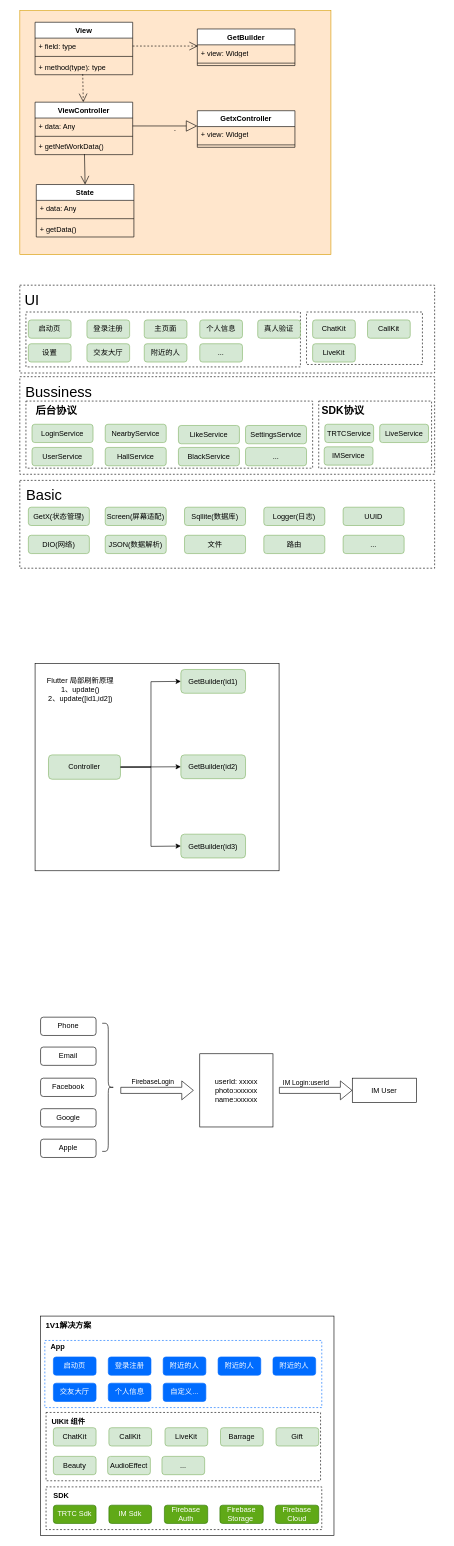
Earlier version of the draw.io diagram diagrams/1v1demo.drawio (paopaosecret/resources). Source tidied: cells renumbered, new cells numbered last; positions are measured from the earlier drawing's top-left corner, leaving out a move shared by most shapes. Both pictures are drawn from the tidied source at 61%, with x=0, y=0 at pixel (10, 10).
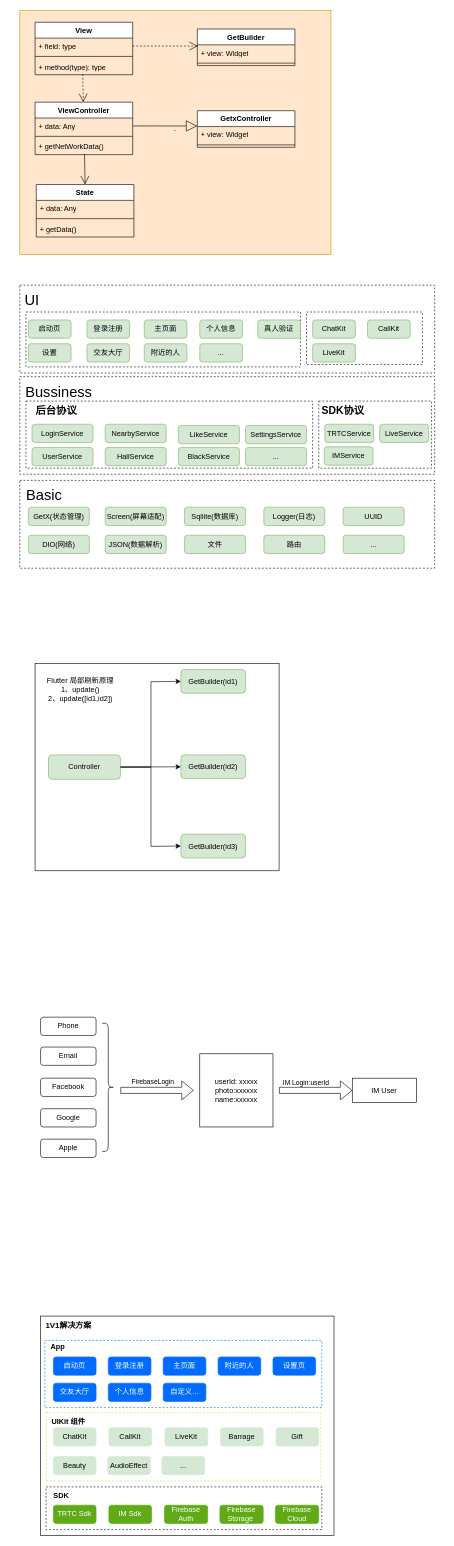
The same page after the edit.

Diff of the diagram source:
```diff
@@
-    <mxCell id="94" style="rounded=0;whiteSpace=wrap;html=1;dashed=1;" parent="1" vertex="1">
+    <mxCell id="94" style="rounded=0;whiteSpace=wrap;html=1;dashed=1;strokeColor=#99FF33;" parent="1" vertex="1">
       <mxGeometry x="58" y="2298" width="450" height="112" as="geometry" />
     </mxCell>
@@
-    <mxCell id="96" value="ChatKit" style="rounded=1;whiteSpace=wrap;html=1;fillColor=#d5e8d4;strokeColor=#82b366;" parent="1" vertex="1">
+    <mxCell id="96" value="ChatKit" style="rounded=1;whiteSpace=wrap;html=1;fillColor=#D5E8D4;strokeColor=#D5E8D4;" parent="1" vertex="1">
       <mxGeometry x="70" y="2323" width="70" height="30" as="geometry" />
     </mxCell>
-    <mxCell id="97" value="CallKit" style="rounded=1;whiteSpace=wrap;html=1;fillColor=#d5e8d4;strokeColor=#82b366;" parent="1" vertex="1">
+    <mxCell id="97" value="CallKit" style="rounded=1;whiteSpace=wrap;html=1;fillColor=#d5e8d4;strokeColor=#D5E8D4;" parent="1" vertex="1">
       <mxGeometry x="161" y="2323" width="70" height="30" as="geometry" />
     </mxCell>
-    <mxCell id="98" value="LiveKit" style="rounded=1;whiteSpace=wrap;html=1;fillColor=#d5e8d4;strokeColor=#82b366;" parent="1" vertex="1">
+    <mxCell id="98" value="LiveKit" style="rounded=1;whiteSpace=wrap;html=1;fillColor=#d5e8d4;strokeColor=#D5E8D4;" parent="1" vertex="1">
       <mxGeometry x="253" y="2323" width="70" height="30" as="geometry" />
     </mxCell>
-    <mxCell id="99" value="Barrage" style="rounded=1;whiteSpace=wrap;html=1;fillColor=#d5e8d4;strokeColor=#82b366;" parent="1" vertex="1">
+    <mxCell id="99" value="Barrage" style="rounded=1;whiteSpace=wrap;html=1;fillColor=#d5e8d4;strokeColor=#D5E8D4;" parent="1" vertex="1">
       <mxGeometry x="344" y="2323" width="70" height="30" as="geometry" />
     </mxCell>
-    <mxCell id="100" value="Gift" style="rounded=1;whiteSpace=wrap;html=1;fillColor=#d5e8d4;strokeColor=#82b366;" parent="1" vertex="1">
+    <mxCell id="100" value="Gift" style="rounded=1;whiteSpace=wrap;html=1;fillColor=#d5e8d4;strokeColor=#D5E8D4;" parent="1" vertex="1">
       <mxGeometry x="435" y="2323" width="70" height="30" as="geometry" />
     </mxCell>
-    <mxCell id="101" value="Beauty" style="rounded=1;whiteSpace=wrap;html=1;fillColor=#d5e8d4;strokeColor=#82b366;" parent="1" vertex="1">
+    <mxCell id="101" value="Beauty" style="rounded=1;whiteSpace=wrap;html=1;fillColor=#d5e8d4;strokeColor=#D5E8D4;" parent="1" vertex="1">
       <mxGeometry x="70" y="2370" width="70" height="30" as="geometry" />
     </mxCell>
@@
-    <mxCell id="105" value="AudioEffect" style="rounded=1;whiteSpace=wrap;html=1;fillColor=#d5e8d4;strokeColor=#82b366;" parent="1" vertex="1">
+    <mxCell id="105" value="AudioEffect" style="rounded=1;whiteSpace=wrap;html=1;fillColor=#d5e8d4;strokeColor=#D5E8D4;" parent="1" vertex="1">
       <mxGeometry x="159" y="2370" width="70" height="30" as="geometry" />
     </mxCell>
-    <mxCell id="106" value="..." style="rounded=1;whiteSpace=wrap;html=1;fillColor=#d5e8d4;strokeColor=#82b366;" parent="1" vertex="1">
+    <mxCell id="106" value="..." style="rounded=1;whiteSpace=wrap;html=1;fillColor=#d5e8d4;strokeColor=#D5E8D4;" parent="1" vertex="1">
       <mxGeometry x="248" y="2370" width="70" height="30" as="geometry" />
     </mxCell>
@@
-    <mxCell id="108" value="TRTC Sdk" style="rounded=1;whiteSpace=wrap;html=1;fillColor=#60a917;strokeColor=#2D7600;fontColor=#ffffff;" parent="1" vertex="1">
+    <mxCell id="108" value="TRTC Sdk" style="rounded=1;whiteSpace=wrap;html=1;fillColor=#60a917;strokeColor=#60A917;fontColor=#ffffff;" parent="1" vertex="1">
       <mxGeometry x="70" y="2450" width="70" height="30" as="geometry" />
     </mxCell>
-    <mxCell id="109" value="IM Sdk" style="rounded=1;whiteSpace=wrap;html=1;fillColor=#60a917;strokeColor=#2D7600;fontColor=#ffffff;" parent="1" vertex="1">
+    <mxCell id="109" value="IM Sdk" style="rounded=1;whiteSpace=wrap;html=1;fillColor=#60a917;strokeColor=#60A917;fontColor=#ffffff;" parent="1" vertex="1">
       <mxGeometry x="161" y="2450" width="70" height="30" as="geometry" />
     </mxCell>
@@
-    <mxCell id="111" value="Firebase Auth" style="rounded=1;whiteSpace=wrap;html=1;fillColor=#60a917;strokeColor=#2D7600;fontColor=#ffffff;" parent="1" vertex="1">
+    <mxCell id="111" value="Firebase Auth" style="rounded=1;whiteSpace=wrap;html=1;fillColor=#60a917;strokeColor=#60A917;fontColor=#ffffff;" parent="1" vertex="1">
       <mxGeometry x="252" y="2450" width="71" height="30" as="geometry" />
     </mxCell>
-    <mxCell id="112" value="Firebase&lt;div&gt;Storage&amp;nbsp;&lt;/div&gt;" style="rounded=1;whiteSpace=wrap;html=1;fillColor=#60a917;strokeColor=#2D7600;fontColor=#ffffff;" parent="1" vertex="1">
+    <mxCell id="112" value="Firebase&lt;div&gt;Storage&amp;nbsp;&lt;/div&gt;" style="rounded=1;whiteSpace=wrap;html=1;fillColor=#60a917;strokeColor=#60A917;fontColor=#ffffff;" parent="1" vertex="1">
       <mxGeometry x="343" y="2450" width="71" height="30" as="geometry" />
     </mxCell>
-    <mxCell id="113" value="Firebase&lt;div&gt;&lt;/div&gt;&lt;div&gt;Cloud&lt;/div&gt;" style="rounded=1;whiteSpace=wrap;html=1;fillColor=#60a917;strokeColor=#2D7600;fontColor=#ffffff;" parent="1" vertex="1">
+    <mxCell id="113" value="Firebase&lt;div&gt;&lt;/div&gt;&lt;div&gt;Cloud&lt;/div&gt;" style="rounded=1;whiteSpace=wrap;html=1;fillColor=#60a917;strokeColor=#60A917;fontColor=#ffffff;" parent="1" vertex="1">
       <mxGeometry x="434" y="2450" width="71" height="30" as="geometry" />
     </mxCell>
-    <mxCell id="114" value="&lt;font color=&quot;#ffffff&quot;&gt;附近的人&lt;/font&gt;" style="rounded=1;whiteSpace=wrap;html=1;fillColor=#006CFF;strokeColor=#006CFF;flipV=1;" parent="1" vertex="1">
+    <mxCell id="114" value="&lt;font color=&quot;#ffffff&quot;&gt;设置页&lt;/font&gt;" style="rounded=1;whiteSpace=wrap;html=1;fillColor=#006CFF;strokeColor=#006CFF;flipV=1;" parent="1" vertex="1">
       <mxGeometry x="430" y="2207" width="70" height="30" as="geometry" />
     </mxCell>
-    <mxCell id="115" value="&lt;font color=&quot;#ffffff&quot;&gt;附近的人&lt;/font&gt;" style="rounded=1;whiteSpace=wrap;html=1;fillColor=#006CFF;strokeColor=#006CFF;flipV=1;" parent="1" vertex="1">
+    <mxCell id="115" value="&lt;font color=&quot;#ffffff&quot;&gt;主页面&lt;/font&gt;" style="rounded=1;whiteSpace=wrap;html=1;fillColor=#006CFF;strokeColor=#006CFF;flipV=1;" parent="1" vertex="1">
       <mxGeometry x="250" y="2207" width="70" height="30" as="geometry" />
     </mxCell>
```
